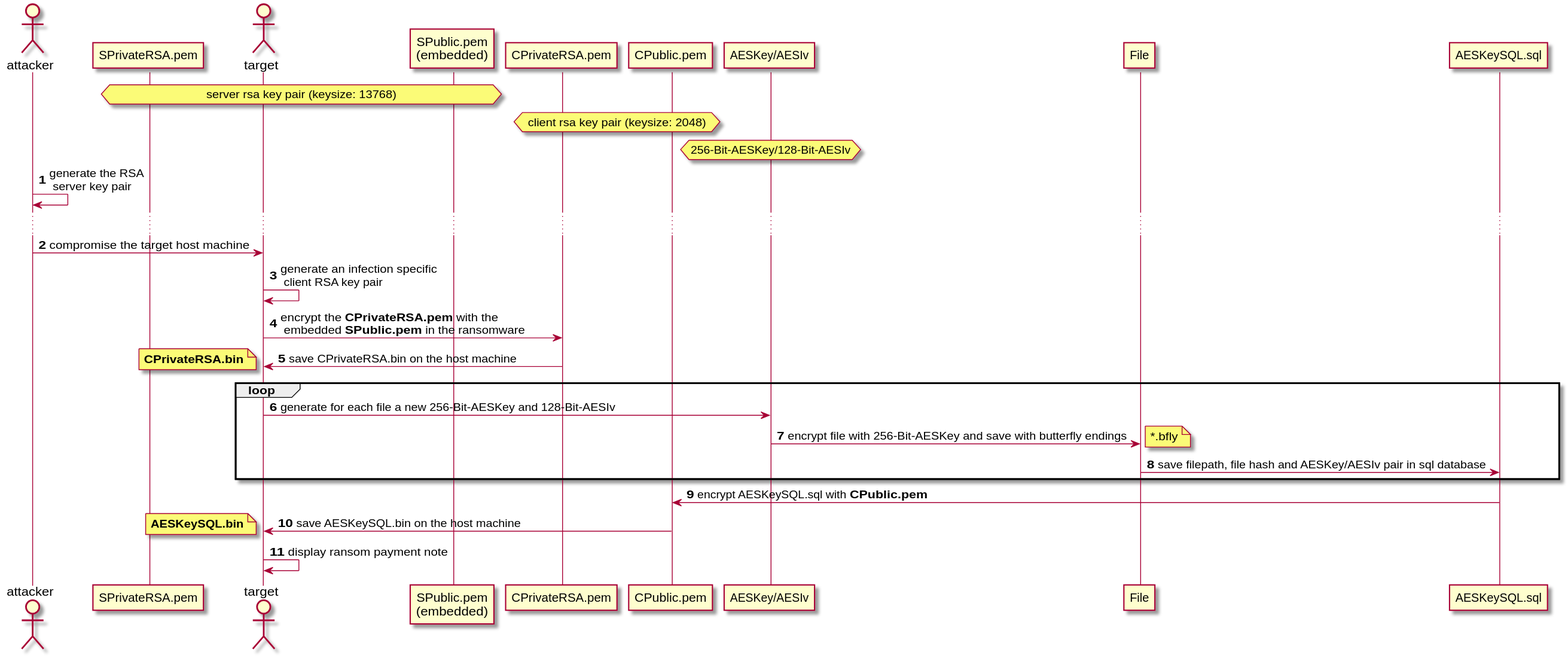
bierschi/butterfly keeps this PlantUML diagram as architecture/sequence_diagrams/encryption.svg. Above is the earlier version.
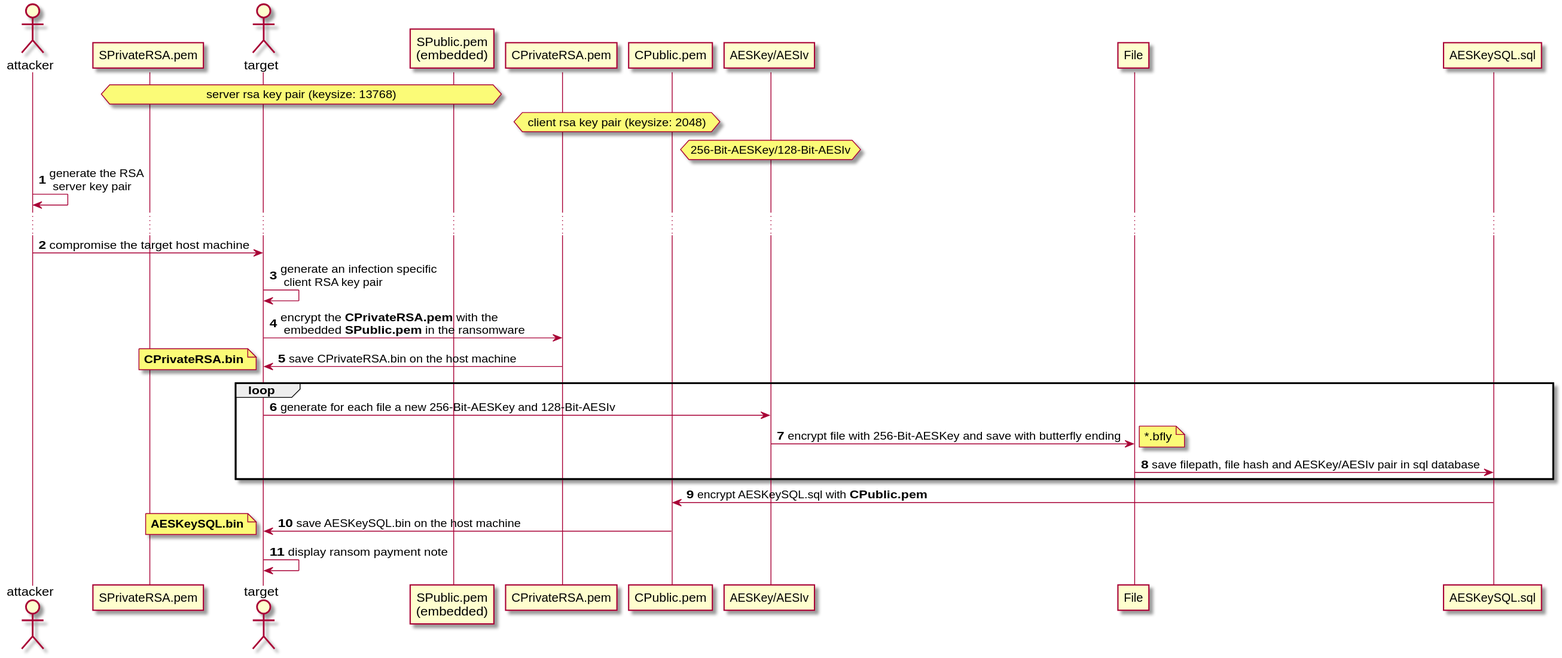
The same diagram one commit later.

Commit message:
Updated the encryption decryption sequence diagram

What changed in the source:
```diff
@@ -23,7 +23,7 @@
 note left: **CPrivateRSA.bin**
 loop
 target -> AESKey: generate for each file a new 256-Bit-AESKey and 128-Bit-AESIv
-AESKey -> File: encrypt file with 256-Bit-AESKey and save with butterfly endings
+AESKey -> File: encrypt file with 256-Bit-AESKey and save with butterfly ending
 note right: ~*.bfly
 File -> AESKeySQL: save filepath, file hash and AESKey/AESIv pair in sql database
 
```
